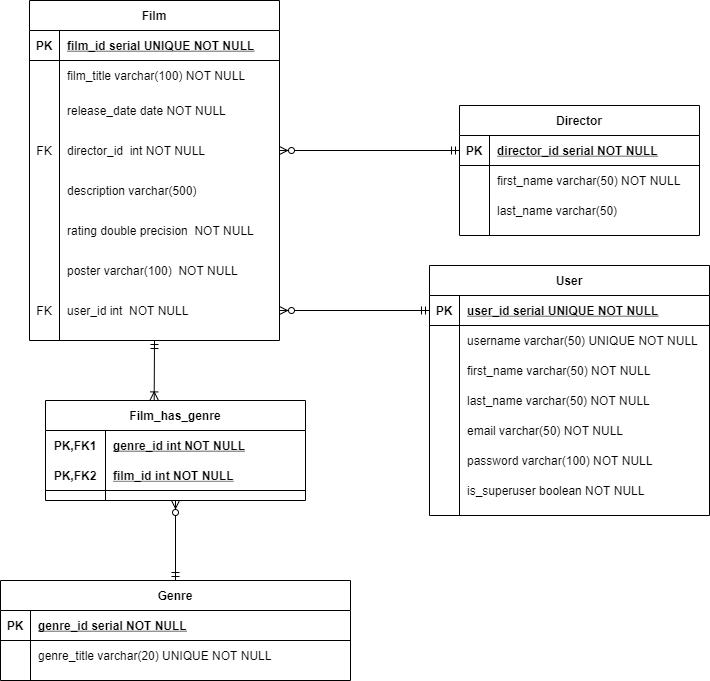
julia-kopysova/film-collection keeps this draw.io diagram as er_diagram/er_film_collection.png. Above is the earlier version. Source tidied: cells renumbered, new cells last; positions are measured from the earlier drawing's top-left corner, leaving out a move shared by most shapes.
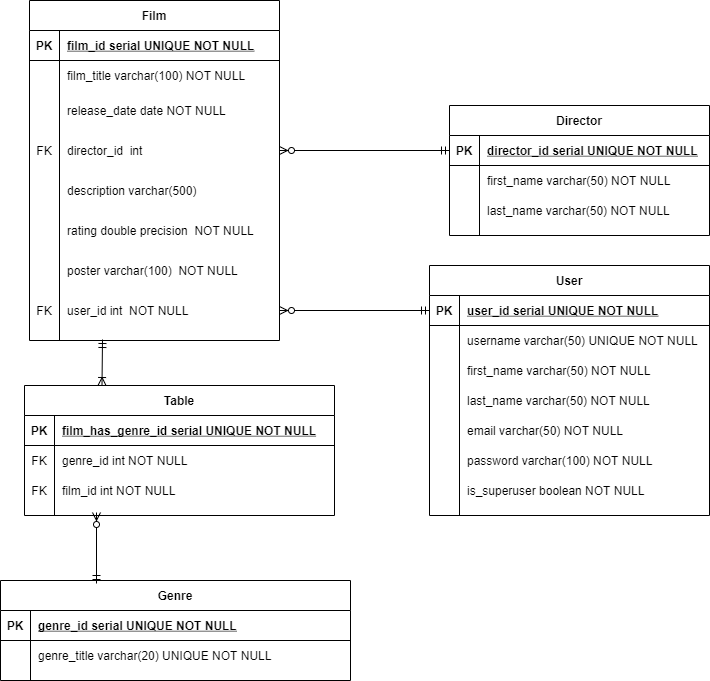
After the commit.

Commit message:
Changed relationship between genre and film, deleted NOT NULL in director

What changed in the source:
```diff
@@ -38,7 +38,7 @@
     <mxCell id="13" value="FK" style="shape=partialRectangle;overflow=hidden;fillColor=none;top=0;left=0;bottom=0;right=0;" parent="12" vertex="1">
       <mxGeometry width="30" height="40" as="geometry" />
     </mxCell>
-    <mxCell id="14" value="director_id  int NOT NULL" style="shape=partialRectangle;overflow=hidden;fillColor=none;top=0;left=0;bottom=0;right=0;align=left;spacingLeft=6;" parent="12" vertex="1">
+    <mxCell id="14" value="director_id  int " style="shape=partialRectangle;overflow=hidden;fillColor=none;top=0;left=0;bottom=0;right=0;align=left;spacingLeft=6;" parent="12" vertex="1">
       <mxGeometry x="30" width="220" height="40" as="geometry" />
     </mxCell>
     <mxCell id="15" style="shape=partialRectangle;fillColor=none;top=0;left=0;right=0;bottom=0;" parent="2" vertex="1">
@@ -155,7 +155,7 @@
     <mxCell id="52" value="PK" style="shape=partialRectangle;fillColor=none;top=0;left=0;bottom=0;right=0;fontStyle=1;overflow=hidden;" parent="51" vertex="1">
       <mxGeometry width="30" height="30" as="geometry" />
     </mxCell>
-    <mxCell id="53" value="genre_id serial NOT NULL" style="shape=partialRectangle;fillColor=none;top=0;left=0;bottom=0;right=0;align=left;spacingLeft=6;fontStyle=5;overflow=hidden;" parent="51" vertex="1">
+    <mxCell id="53" value="genre_id serial UNIQUE NOT NULL" style="shape=partialRectangle;fillColor=none;top=0;left=0;bottom=0;right=0;align=left;spacingLeft=6;fontStyle=5;overflow=hidden;" parent="51" vertex="1">
       <mxGeometry x="30" width="320" height="30" as="geometry" />
     </mxCell>
     <mxCell id="54" style="shape=partialRectangle;fillColor=none;top=0;left=0;bottom=0;right=0;" parent="50" vertex="1">
@@ -167,65 +167,79 @@
     <mxCell id="56" value="genre_title varchar(20) UNIQUE NOT NULL" style="shape=partialRectangle;fillColor=none;top=0;left=0;bottom=0;right=0;align=left;spacingLeft=6;overflow=hidden;" parent="54" vertex="1">
       <mxGeometry x="30" width="320" height="30" as="geometry" />
     </mxCell>
-    <mxCell id="57" value="Film_has_genre" style="shape=table;startSize=30;rowLines=0;fontStyle=1;align=center;" parent="1" vertex="1">
-      <mxGeometry x="45" y="400" width="260" height="100" as="geometry" />
-    </mxCell>
-    <mxCell id="58" style="shape=partialRectangle;fillColor=none;top=0;left=0;bottom=0;right=0;" parent="57" vertex="1">
-      <mxGeometry y="30" width="260" height="30" as="geometry" />
-    </mxCell>
-    <mxCell id="59" value="PK,FK1" style="shape=partialRectangle;fillColor=none;top=0;left=0;bottom=0;right=0;fontStyle=1;overflow=hidden;" parent="58" vertex="1">
-      <mxGeometry width="60" height="30" as="geometry" />
-    </mxCell>
-    <mxCell id="60" value="genre_id int NOT NULL" style="shape=partialRectangle;fillColor=none;top=0;left=0;bottom=0;right=0;align=left;spacingLeft=6;fontStyle=5;overflow=hidden;" parent="58" vertex="1">
-      <mxGeometry x="60" width="200" height="30" as="geometry" />
-    </mxCell>
-    <mxCell id="61" style="shape=partialRectangle;fillColor=none;top=0;left=0;bottom=1;right=0;" parent="57" vertex="1">
-      <mxGeometry y="60" width="260" height="30" as="geometry" />
-    </mxCell>
-    <mxCell id="62" value="PK,FK2" style="shape=partialRectangle;fillColor=none;top=0;left=0;bottom=0;right=0;fontStyle=1;overflow=hidden;" parent="61" vertex="1">
-      <mxGeometry width="60" height="30" as="geometry" />
-    </mxCell>
-    <mxCell id="63" value="film_id int NOT NULL" style="shape=partialRectangle;fillColor=none;top=0;left=0;bottom=0;right=0;align=left;spacingLeft=6;fontStyle=5;overflow=hidden;" parent="61" vertex="1">
-      <mxGeometry x="60" width="200" height="30" as="geometry" />
-    </mxCell>
-    <mxCell id="64" style="fontSize=12;html=1;endArrow=ERoneToMany;startArrow=ERmandOne;exitX=0.5;exitY=1;exitDx=0;exitDy=0;entryX=0.418;entryY=-0.006;entryDx=0;entryDy=0;entryPerimeter=0;" parent="1" edge="1" source="2" target="57">
-      <mxGeometry relative="1" as="geometry" />
-    </mxCell>
-    <mxCell id="65" style="fontSize=12;html=1;endArrow=ERzeroToMany;startArrow=ERmandOne;entryX=0.5;entryY=1;entryDx=0;entryDy=0;" parent="1" edge="1" source="50" target="57">
-      <mxGeometry relative="1" as="geometry" />
+    <mxCell id="65" style="fontSize=12;html=1;endArrow=ERzeroToMany;startArrow=ERmandOne;" parent="1" edge="1">
+      <mxGeometry relative="1" as="geometry">
+        <mxPoint x="96" y="583" as="sourcePoint" />
+        <mxPoint x="96" y="512" as="targetPoint" />
+      </mxGeometry>
     </mxCell>
     <mxCell id="66" value="Director" style="shape=table;startSize=30;rowLines=0;fontStyle=1;align=center;" parent="1" vertex="1">
-      <mxGeometry x="459" y="105" width="240" height="130" as="geometry" />
+      <mxGeometry x="449" y="105" width="260" height="130" as="geometry" />
     </mxCell>
     <mxCell id="67" style="shape=partialRectangle;fillColor=none;top=0;left=0;bottom=1;right=0;points=[[0,0.5],[1,0.5]];portConstraint=eastwest;" parent="66" vertex="1">
-      <mxGeometry y="30" width="240" height="30" as="geometry" />
+      <mxGeometry y="30" width="260" height="30" as="geometry" />
     </mxCell>
     <mxCell id="68" value="PK" style="shape=partialRectangle;fillColor=none;top=0;left=0;bottom=0;right=0;fontStyle=1;overflow=hidden;" parent="67" vertex="1">
       <mxGeometry width="30" height="30" as="geometry" />
     </mxCell>
-    <mxCell id="69" value="director_id serial NOT NULL" style="shape=partialRectangle;fillColor=none;top=0;left=0;bottom=0;right=0;align=left;spacingLeft=6;fontStyle=5;overflow=hidden;" parent="67" vertex="1">
-      <mxGeometry x="30" width="210" height="30" as="geometry" />
+    <mxCell id="69" value="director_id serial UNIQUE NOT NULL" style="shape=partialRectangle;fillColor=none;top=0;left=0;bottom=0;right=0;align=left;spacingLeft=6;fontStyle=5;overflow=hidden;" parent="67" vertex="1">
+      <mxGeometry x="30" width="230" height="30" as="geometry" />
     </mxCell>
     <mxCell id="70" style="shape=partialRectangle;fillColor=none;top=0;left=0;bottom=0;right=0;" parent="66" vertex="1">
-      <mxGeometry y="60" width="240" height="30" as="geometry" />
+      <mxGeometry y="60" width="260" height="30" as="geometry" />
     </mxCell>
     <mxCell id="71" style="shape=partialRectangle;fillColor=none;top=0;left=0;bottom=0;right=0;overflow=hidden;" parent="70" vertex="1">
       <mxGeometry width="30" height="30" as="geometry" />
     </mxCell>
     <mxCell id="72" value="first_name varchar(50) NOT NULL" style="shape=partialRectangle;fillColor=none;top=0;left=0;bottom=0;right=0;align=left;spacingLeft=6;overflow=hidden;" parent="70" vertex="1">
-      <mxGeometry x="30" width="210" height="30" as="geometry" />
+      <mxGeometry x="30" width="230" height="30" as="geometry" />
     </mxCell>
     <mxCell id="73" style="shape=partialRectangle;fillColor=none;top=0;left=0;bottom=0;right=0;" parent="66" vertex="1">
-      <mxGeometry y="90" width="240" height="30" as="geometry" />
+      <mxGeometry y="90" width="260" height="30" as="geometry" />
     </mxCell>
     <mxCell id="74" style="shape=partialRectangle;fillColor=none;top=0;left=0;bottom=0;right=0;overflow=hidden;" parent="73" vertex="1">
       <mxGeometry width="30" height="30" as="geometry" />
     </mxCell>
-    <mxCell id="75" value="last_name varchar(50) " style="shape=partialRectangle;fillColor=none;top=0;left=0;bottom=0;right=0;align=left;spacingLeft=6;overflow=hidden;" parent="73" vertex="1">
-      <mxGeometry x="30" width="210" height="30" as="geometry" />
+    <mxCell id="75" value="last_name varchar(50) NOT NULL" style="shape=partialRectangle;fillColor=none;top=0;left=0;bottom=0;right=0;align=left;spacingLeft=6;overflow=hidden;" parent="73" vertex="1">
+      <mxGeometry x="30" width="230" height="30" as="geometry" />
     </mxCell>
     <mxCell id="76" style="fontSize=12;html=1;endArrow=ERzeroToMany;startArrow=ERmandOne;exitX=0;exitY=0.5;exitDx=0;exitDy=0;entryX=1;entryY=0.5;entryDx=0;entryDy=0;" parent="1" edge="1" source="67" target="12">
       <mxGeometry relative="1" as="geometry" />
     </mxCell>
+    <mxCell id="77" value="Table" style="shape=table;startSize=30;rowLines=0;fontStyle=1;align=center;" parent="1" vertex="1">
+      <mxGeometry x="24" y="385" width="310" height="130" as="geometry" />
+    </mxCell>
+    <mxCell id="78" style="shape=partialRectangle;fillColor=none;top=0;left=0;bottom=1;right=0;" parent="77" vertex="1">
+      <mxGeometry y="30" width="310" height="30" as="geometry" />
+    </mxCell>
+    <mxCell id="79" value="PK" style="shape=partialRectangle;fillColor=none;top=0;left=0;bottom=0;right=0;fontStyle=1;overflow=hidden;" parent="78" vertex="1">
+      <mxGeometry width="30" height="30" as="geometry" />
+    </mxCell>
+    <mxCell id="80" value="film_has_genre_id serial UNIQUE NOT NULL" style="shape=partialRectangle;fillColor=none;top=0;left=0;bottom=0;right=0;align=left;spacingLeft=6;fontStyle=5;overflow=hidden;" parent="78" vertex="1">
+      <mxGeometry x="30" width="280" height="30" as="geometry" />
+    </mxCell>
+    <mxCell id="81" style="shape=partialRectangle;fillColor=none;top=0;left=0;bottom=0;right=0;" parent="77" vertex="1">
+      <mxGeometry y="60" width="310" height="30" as="geometry" />
+    </mxCell>
+    <mxCell id="82" value="FK" style="shape=partialRectangle;fillColor=none;top=0;left=0;bottom=0;right=0;overflow=hidden;" parent="81" vertex="1">
+      <mxGeometry width="30" height="30" as="geometry" />
+    </mxCell>
+    <mxCell id="60" value="genre_id int NOT NULL" style="shape=partialRectangle;fillColor=none;top=0;left=0;bottom=0;right=0;align=left;spacingLeft=6;overflow=hidden;" parent="81" vertex="1">
+      <mxGeometry x="30" width="280" height="30" as="geometry" />
+    </mxCell>
+    <mxCell id="83" style="shape=partialRectangle;fillColor=none;top=0;left=0;bottom=0;right=0;" parent="77" vertex="1">
+      <mxGeometry y="90" width="310" height="30" as="geometry" />
+    </mxCell>
+    <mxCell id="84" value="FK" style="shape=partialRectangle;fillColor=none;top=0;left=0;bottom=0;right=0;overflow=hidden;" parent="83" vertex="1">
+      <mxGeometry width="30" height="30" as="geometry" />
+    </mxCell>
+    <mxCell id="63" value="film_id int NOT NULL" style="shape=partialRectangle;fillColor=none;top=0;left=0;bottom=0;right=0;align=left;spacingLeft=6;overflow=hidden;" parent="83" vertex="1">
+      <mxGeometry x="30" width="280" height="30" as="geometry" />
+    </mxCell>
+    <mxCell id="85" style="fontSize=12;html=1;endArrow=ERoneToMany;startArrow=ERmandOne;entryX=0.25;entryY=0;entryDx=0;entryDy=0;" parent="1" edge="1" target="77">
+      <mxGeometry relative="1" as="geometry">
+        <mxPoint x="102" y="339" as="sourcePoint" />
+      </mxGeometry>
+    </mxCell>
   </root>
 </mxGraphModel>
```
